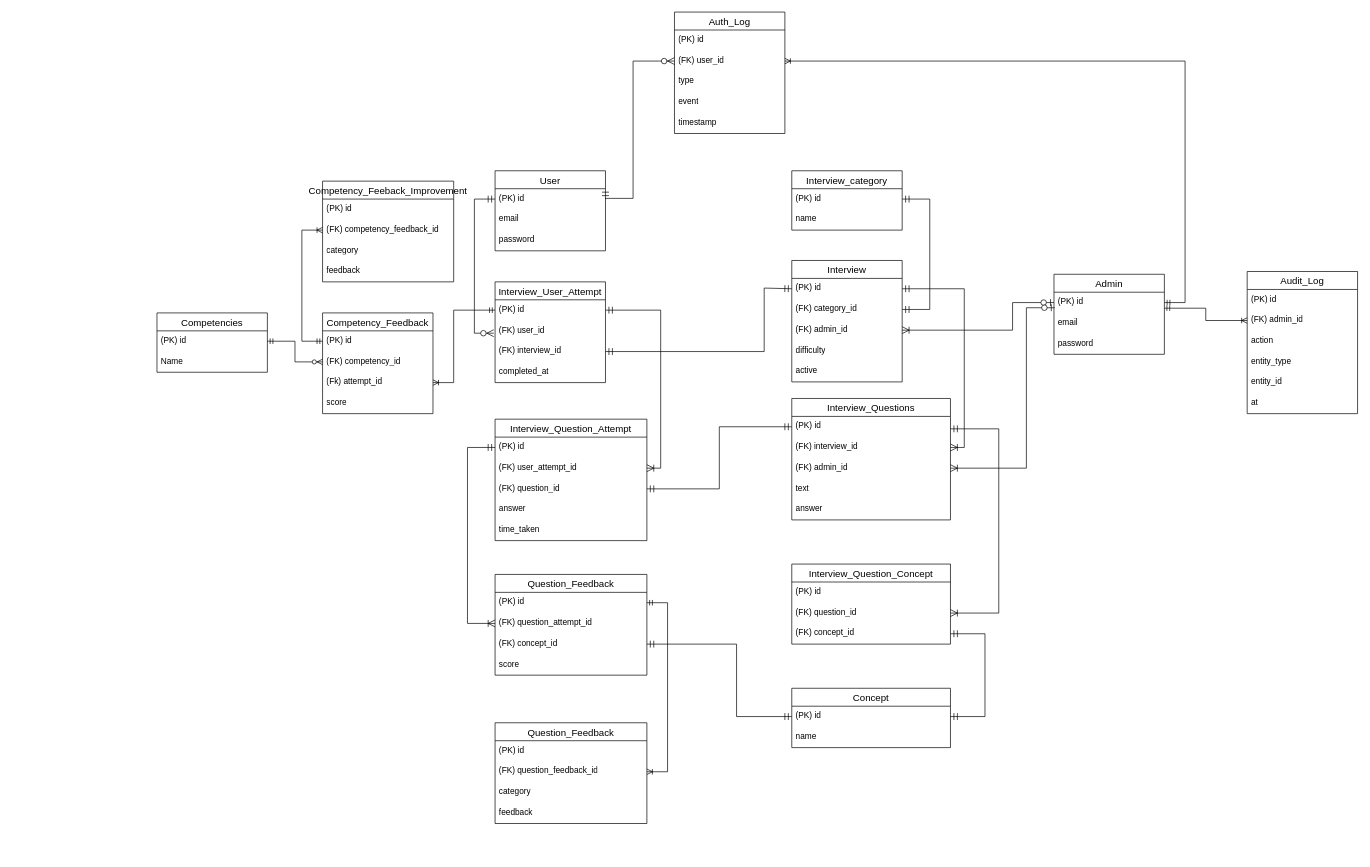
The draw.io diagram diagrams/group_erd.drawio in V-DP-DEV/Capstone, before the edit. Source tidied: cells renumbered, new cells numbered last; positions are measured from the earlier drawing's top-left corner, leaving out a move shared by most shapes. Both pictures are drawn from the tidied source at 69%, with x=0, y=0 at pixel (157, 12).
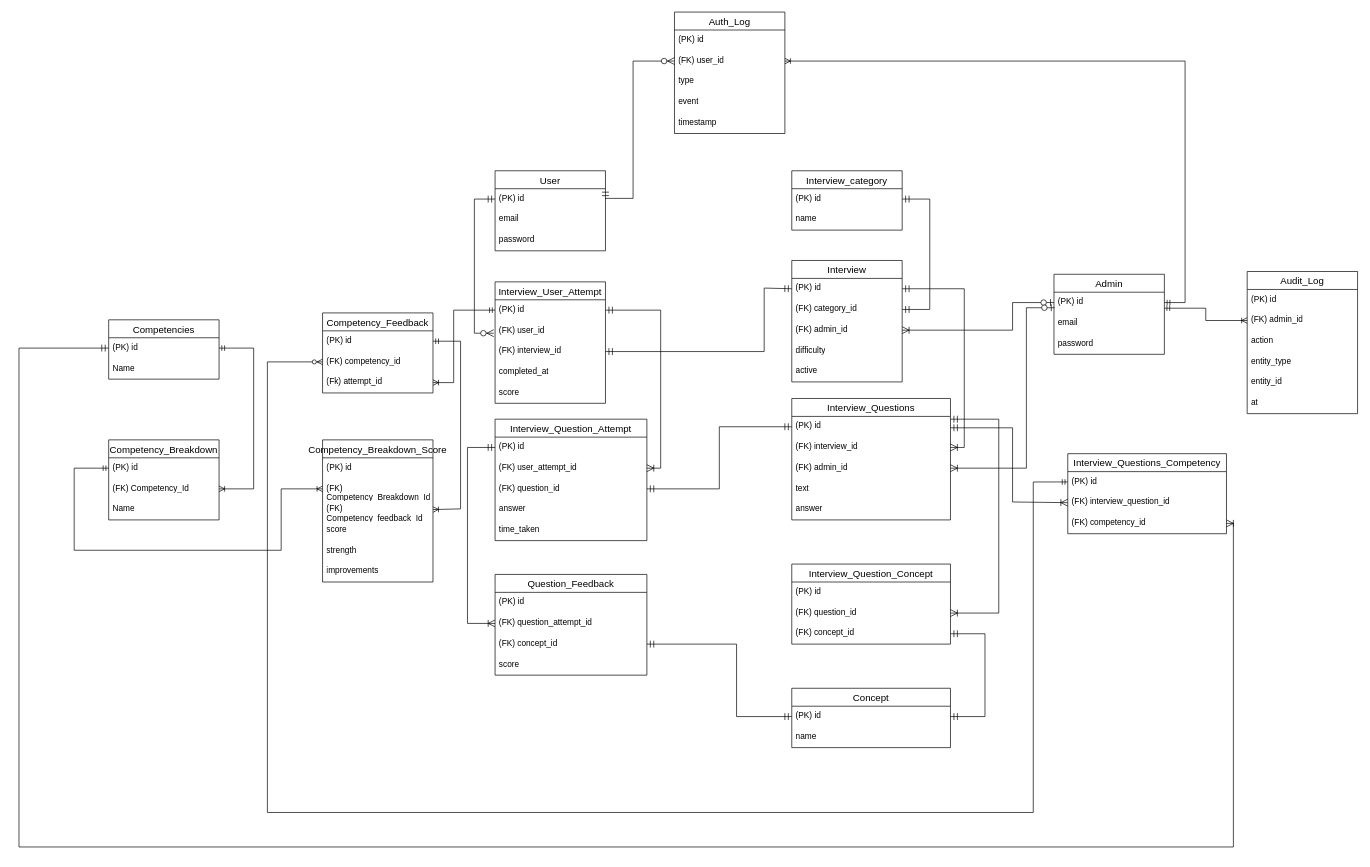
After the change.

Commit message:
Added a simple admin and auth logger Added competency breakdown and better scoring/feedback

Unchanged cells that the change refers to:
```xml
<mxCell id="11" value="Interview_Questions" style="swimlane;fontStyle=0;horizontal=1;startSize=26;align=center;fontSize=14;" parent="1" vertex="1">
  <mxGeometry x="920" y="560" width="230" height="176" as="geometry" />
</mxCell>
<mxCell id="22" value="(FK) question_id" style="text;strokeColor=none;fillColor=none;spacingLeft=4;spacingRight=4;overflow=hidden;points=[[0,0.5],[1,0.5]];portConstraint=eastwest;fontSize=12;whiteSpace=wrap;html=1;" parent="20" vertex="1">
  <mxGeometry y="56" width="230" height="30" as="geometry" />
</mxCell>
<mxCell id="36" value="(PK) id" style="text;strokeColor=none;fillColor=none;spacingLeft=4;spacingRight=4;overflow=hidden;points=[[0,0.5],[1,0.5]];portConstraint=eastwest;fontSize=12;whiteSpace=wrap;html=1;" parent="35" vertex="1">
  <mxGeometry y="26" width="220" height="30" as="geometry" />
</mxCell>
<mxCell id="64" value="(PK) id" style="text;strokeColor=none;fillColor=none;spacingLeft=4;spacingRight=4;overflow=hidden;points=[[0,0.5],[1,0.5]];portConstraint=eastwest;fontSize=12;whiteSpace=wrap;html=1;" parent="63" vertex="1">
  <mxGeometry y="26" width="160" height="30" as="geometry" />
</mxCell>
<mxCell id="65" value="(FK) competency_id" style="text;strokeColor=none;fillColor=none;spacingLeft=4;spacingRight=4;overflow=hidden;points=[[0,0.5],[1,0.5]];portConstraint=eastwest;fontSize=12;whiteSpace=wrap;html=1;" parent="63" vertex="1">
  <mxGeometry y="56" width="160" height="30" as="geometry" />
</mxCell>
```

Diff of the diagram source:
```diff
@@
     <mxCell id="24" value="Interview_User_Attempt" style="swimlane;fontStyle=0;horizontal=1;startSize=26;align=center;fontSize=14;" parent="1" vertex="1">
-      <mxGeometry x="490" y="391" width="160" height="146" as="geometry" />
+      <mxGeometry x="490" y="391" width="160" height="176" as="geometry" />
     </mxCell>
@@
+    <mxCell id="98" value="score" style="text;strokeColor=none;fillColor=none;spacingLeft=4;spacingRight=4;overflow=hidden;fontSize=12;whiteSpace=wrap;html=1;" parent="24" vertex="1">
+      <mxGeometry y="146" width="160" height="30" as="geometry" />
+    </mxCell>
@@
-    <mxCell id="55" style="edgeStyle=orthogonalEdgeStyle;fontSize=12;html=1;endArrow=ERoneToMany;startArrow=ERmandOne;rounded=0;startSize=8;endSize=8;exitX=1;exitY=0.25;exitDx=0;exitDy=0;entryX=1;entryY=0.5;entryDx=0;entryDy=0;" parent="1" edge="1" source="11" target="22">
+    <mxCell id="55" style="edgeStyle=orthogonalEdgeStyle;fontSize=12;html=1;endArrow=ERoneToMany;startArrow=ERmandOne;rounded=0;startSize=8;endSize=8;entryX=1;entryY=0.5;entryDx=0;entryDy=0;" parent="1" edge="1" target="22">
       <mxGeometry relative="1" as="geometry">
+        <mxPoint x="1150" y="590" as="sourcePoint" />
         <Array as="points">
-          <mxPoint x="1220" y="604" />
+          <mxPoint x="1150" y="590" />
+          <mxPoint x="1220" y="590" />
           <mxPoint x="1220" y="871" />
         </Array>
       </mxGeometry>
     </mxCell>
@@
-    <mxCell id="60" value="Competencies" style="swimlane;fontStyle=0;horizontal=1;startSize=26;align=center;fontSize=14;" parent="1" vertex="1">
-      <mxGeometry y="436" width="160" height="86" as="geometry" />
-    </mxCell>
-    <mxCell id="61" value="(PK) id" style="text;strokeColor=none;fillColor=none;spacingLeft=4;spacingRight=4;overflow=hidden;points=[[0,0.5],[1,0.5]];portConstraint=eastwest;fontSize=12;whiteSpace=wrap;html=1;" parent="60" vertex="1">
-      <mxGeometry y="26" width="160" height="30" as="geometry" />
-    </mxCell>
-    <mxCell id="62" value="Name" style="text;strokeColor=none;fillColor=none;spacingLeft=4;spacingRight=4;overflow=hidden;fontSize=12;whiteSpace=wrap;html=1;" parent="60" vertex="1">
-      <mxGeometry y="56" width="160" height="30" as="geometry" />
-    </mxCell>
     <mxCell id="63" value="Competency_Feedback" style="swimlane;fontStyle=0;horizontal=1;startSize=26;align=center;fontSize=14;" parent="1" vertex="1">
-      <mxGeometry x="240" y="436" width="160" height="146" as="geometry" />
+      <mxGeometry x="240" y="436" width="160" height="116" as="geometry" />
     </mxCell>
@@
-    <mxCell id="67" value="score" style="text;strokeColor=none;fillColor=none;spacingLeft=4;spacingRight=4;overflow=hidden;fontSize=12;whiteSpace=wrap;html=1;" parent="63" vertex="1">
-      <mxGeometry y="116" width="160" height="30" as="geometry" />
-    </mxCell>
-    <mxCell id="68" style="edgeStyle=elbowEdgeStyle;fontSize=12;html=1;endArrow=ERzeroToMany;startArrow=ERmandOne;rounded=0;exitX=1;exitY=0.5;exitDx=0;exitDy=0;entryX=0;entryY=0.5;entryDx=0;entryDy=0;" parent="1" edge="1" source="61" target="65">
-      <mxGeometry relative="1" as="geometry" />
+    <mxCell id="68" style="edgeStyle=orthogonalEdgeStyle;fontSize=12;html=1;endArrow=ERzeroToMany;startArrow=ERmandOne;rounded=0;exitX=0;exitY=0.5;exitDx=0;exitDy=0;entryX=0;entryY=0.5;entryDx=0;entryDy=0;elbow=vertical;" parent="1" edge="1" source="114" target="65">
+      <mxGeometry relative="1" as="geometry">
+        <Array as="points">
+          <mxPoint x="1270" y="681" />
+          <mxPoint x="1270" y="1160" />
+          <mxPoint x="160" y="1160" />
+          <mxPoint x="160" y="507" />
+        </Array>
+      </mxGeometry>
     </mxCell>
@@
-    <mxCell id="70" value="Competency_Feeback_Improvement" style="swimlane;fontStyle=0;horizontal=1;startSize=26;align=center;fontSize=14;" parent="1" vertex="1">
-      <mxGeometry x="240" y="245" width="190" height="146" as="geometry" />
-    </mxCell>
-    <mxCell id="71" value="(PK) id" style="text;strokeColor=none;fillColor=none;spacingLeft=4;spacingRight=4;overflow=hidden;fontSize=12;whiteSpace=wrap;html=1;" parent="70" vertex="1">
-      <mxGeometry y="26" width="190" height="30" as="geometry" />
-    </mxCell>
-    <mxCell id="72" value="(FK) competency_feedback_id" style="text;strokeColor=none;fillColor=none;spacingLeft=4;spacingRight=4;overflow=hidden;points=[[0,0.5],[1,0.5]];portConstraint=eastwest;fontSize=12;whiteSpace=wrap;html=1;" parent="70" vertex="1">
-      <mxGeometry y="56" width="190" height="30" as="geometry" />
-    </mxCell>
-    <mxCell id="73" value="category" style="text;strokeColor=none;fillColor=none;spacingLeft=4;spacingRight=4;overflow=hidden;fontSize=12;whiteSpace=wrap;html=1;" parent="70" vertex="1">
-      <mxGeometry y="86" width="190" height="30" as="geometry" />
-    </mxCell>
-    <mxCell id="74" value="feedback" style="text;strokeColor=none;fillColor=none;spacingLeft=4;spacingRight=4;overflow=hidden;fontSize=12;whiteSpace=wrap;html=1;" parent="70" vertex="1">
-      <mxGeometry y="116" width="190" height="30" as="geometry" />
-    </mxCell>
-    <mxCell id="75" style="edgeStyle=orthogonalEdgeStyle;fontSize=12;html=1;endArrow=ERoneToMany;startArrow=ERmandOne;rounded=0;exitX=0;exitY=0.5;exitDx=0;exitDy=0;entryX=0;entryY=0.5;entryDx=0;entryDy=0;endFill=0;" parent="1" edge="1" source="64" target="72">
-      <mxGeometry relative="1" as="geometry">
-        <Array as="points">
-          <mxPoint x="210" y="477" />
-          <mxPoint x="210" y="316" />
-        </Array>
-      </mxGeometry>
-    </mxCell>
-    <mxCell id="76" value="Question_Feedback" style="swimlane;fontStyle=0;horizontal=1;startSize=26;align=center;fontSize=14;" parent="1" vertex="1">
-      <mxGeometry x="490" y="1030" width="220" height="146" as="geometry" />
-    </mxCell>
-    <mxCell id="77" value="(PK) id" style="text;strokeColor=none;fillColor=none;spacingLeft=4;spacingRight=4;overflow=hidden;fontSize=12;whiteSpace=wrap;html=1;" parent="76" vertex="1">
-      <mxGeometry y="26" width="220" height="30" as="geometry" />
-    </mxCell>
-    <mxCell id="78" value="(FK) question_feedback_id" style="text;strokeColor=none;fillColor=none;spacingLeft=4;spacingRight=4;overflow=hidden;points=[[0,0.5],[1,0.5]];portConstraint=eastwest;fontSize=12;whiteSpace=wrap;html=1;" parent="76" vertex="1">
-      <mxGeometry y="56" width="220" height="30" as="geometry" />
-    </mxCell>
-    <mxCell id="79" value="category" style="text;strokeColor=none;fillColor=none;spacingLeft=4;spacingRight=4;overflow=hidden;fontSize=12;whiteSpace=wrap;html=1;" parent="76" vertex="1">
-      <mxGeometry y="86" width="220" height="30" as="geometry" />
-    </mxCell>
-    <mxCell id="80" value="feedback" style="text;strokeColor=none;fillColor=none;spacingLeft=4;spacingRight=4;overflow=hidden;fontSize=12;whiteSpace=wrap;html=1;" parent="76" vertex="1">
-      <mxGeometry y="116" width="220" height="30" as="geometry" />
-    </mxCell>
-    <mxCell id="81" style="edgeStyle=entityRelationEdgeStyle;fontSize=12;html=1;endArrow=ERoneToMany;startArrow=ERmandOne;rounded=0;exitX=1;exitY=0.5;exitDx=0;exitDy=0;entryX=1;entryY=0.5;entryDx=0;entryDy=0;" parent="1" edge="1" source="36" target="78">
-      <mxGeometry relative="1" as="geometry" />
-    </mxCell>
@@
+    <mxCell id="99" value="Competency_Breakdown_Score" style="swimlane;fontStyle=0;horizontal=1;startSize=26;align=center;fontSize=14;" parent="1" vertex="1">
+      <mxGeometry x="240" y="620" width="160" height="206" as="geometry" />
+    </mxCell>
+    <mxCell id="100" value="(PK) id" style="text;strokeColor=none;fillColor=none;spacingLeft=4;spacingRight=4;overflow=hidden;fontSize=12;whiteSpace=wrap;html=1;" parent="99" vertex="1">
+      <mxGeometry y="26" width="160" height="30" as="geometry" />
+    </mxCell>
+    <mxCell id="101" value="(FK) Competency_Breakdown_Id" style="text;strokeColor=none;fillColor=none;spacingLeft=4;spacingRight=4;overflow=hidden;points=[[0,0.5],[1,0.5]];portConstraint=eastwest;fontSize=12;whiteSpace=wrap;html=1;" parent="99" vertex="1">
+      <mxGeometry y="56" width="160" height="30" as="geometry" />
+    </mxCell>
+    <mxCell id="102" value="(FK) Competency_feedback_Id" style="text;strokeColor=none;fillColor=none;spacingLeft=4;spacingRight=4;overflow=hidden;points=[[0,0.5],[1,0.5]];portConstraint=eastwest;fontSize=12;whiteSpace=wrap;html=1;" parent="99" vertex="1">
+      <mxGeometry y="86" width="160" height="30" as="geometry" />
+    </mxCell>
+    <mxCell id="67" value="score" style="text;strokeColor=none;fillColor=none;spacingLeft=4;spacingRight=4;overflow=hidden;fontSize=12;whiteSpace=wrap;html=1;" parent="99" vertex="1">
+      <mxGeometry y="116" width="160" height="30" as="geometry" />
+    </mxCell>
+    <mxCell id="103" value="strength" style="text;strokeColor=none;fillColor=none;spacingLeft=4;spacingRight=4;overflow=hidden;fontSize=12;whiteSpace=wrap;html=1;" parent="99" vertex="1">
+      <mxGeometry y="146" width="160" height="30" as="geometry" />
+    </mxCell>
+    <mxCell id="104" value="improvements" style="text;strokeColor=none;fillColor=none;spacingLeft=4;spacingRight=4;overflow=hidden;fontSize=12;whiteSpace=wrap;html=1;" parent="99" vertex="1">
+      <mxGeometry y="176" width="160" height="30" as="geometry" />
+    </mxCell>
+    <mxCell id="105" style="fontSize=12;html=1;endArrow=ERoneToMany;startArrow=ERmandOne;exitX=0;exitY=0.5;exitDx=0;exitDy=0;entryX=0;entryY=0.5;entryDx=0;entryDy=0;rounded=0;edgeStyle=orthogonalEdgeStyle;" parent="1" edge="1" source="109" target="101">
+      <mxGeometry relative="1" as="geometry">
+        <Array as="points">
+          <mxPoint x="-120" y="661" />
+          <mxPoint x="-120" y="780" />
+          <mxPoint x="180" y="780" />
+          <mxPoint x="180" y="691" />
+        </Array>
+      </mxGeometry>
+    </mxCell>
+    <mxCell id="106" style="edgeStyle=orthogonalEdgeStyle;fontSize=12;html=1;endArrow=ERoneToMany;startArrow=ERmandOne;exitX=1;exitY=0.5;exitDx=0;exitDy=0;entryX=1;entryY=0.5;entryDx=0;entryDy=0;rounded=0;curved=0;" parent="1" edge="1" source="64" target="102">
+      <mxGeometry relative="1" as="geometry">
+        <Array as="points">
+          <mxPoint x="440" y="477" />
+          <mxPoint x="440" y="720" />
+          <mxPoint x="400" y="720" />
+        </Array>
+      </mxGeometry>
+    </mxCell>
+    <mxCell id="60" value="Competencies" style="swimlane;fontStyle=0;horizontal=1;startSize=26;align=center;fontSize=14;" parent="1" vertex="1">
+      <mxGeometry x="-70" y="446" width="160" height="86" as="geometry" />
+    </mxCell>
+    <mxCell id="107" value="(PK) id" style="text;strokeColor=none;fillColor=none;spacingLeft=4;spacingRight=4;overflow=hidden;points=[[0,0.5],[1,0.5]];portConstraint=eastwest;fontSize=12;whiteSpace=wrap;html=1;" parent="60" vertex="1">
+      <mxGeometry y="26" width="160" height="30" as="geometry" />
+    </mxCell>
+    <mxCell id="62" value="Name" style="text;strokeColor=none;fillColor=none;spacingLeft=4;spacingRight=4;overflow=hidden;fontSize=12;whiteSpace=wrap;html=1;" parent="60" vertex="1">
+      <mxGeometry y="56" width="160" height="30" as="geometry" />
+    </mxCell>
+    <mxCell id="108" value="Competency_Breakdown" style="swimlane;fontStyle=0;horizontal=1;startSize=26;align=center;fontSize=14;" parent="1" vertex="1">
+      <mxGeometry x="-70" y="620" width="160" height="116" as="geometry" />
+    </mxCell>
+    <mxCell id="109" value="(PK) id" style="text;strokeColor=none;fillColor=none;spacingLeft=4;spacingRight=4;overflow=hidden;points=[[0,0.5],[1,0.5]];portConstraint=eastwest;fontSize=12;whiteSpace=wrap;html=1;" parent="108" vertex="1">
+      <mxGeometry y="26" width="160" height="30" as="geometry" />
+    </mxCell>
+    <mxCell id="110" value="(FK) Competency_Id" style="text;strokeColor=none;fillColor=none;spacingLeft=4;spacingRight=4;overflow=hidden;points=[[0,0.5],[1,0.5]];portConstraint=eastwest;fontSize=12;whiteSpace=wrap;html=1;" parent="108" vertex="1">
+      <mxGeometry y="56" width="160" height="30" as="geometry" />
+    </mxCell>
+    <mxCell id="111" value="Name" style="text;strokeColor=none;fillColor=none;spacingLeft=4;spacingRight=4;overflow=hidden;fontSize=12;whiteSpace=wrap;html=1;" parent="108" vertex="1">
+      <mxGeometry y="86" width="160" height="30" as="geometry" />
+    </mxCell>
+    <mxCell id="112" style="edgeStyle=orthogonalEdgeStyle;fontSize=12;html=1;endArrow=ERoneToMany;startArrow=ERmandOne;exitX=1;exitY=0.5;exitDx=0;exitDy=0;entryX=1;entryY=0.5;entryDx=0;entryDy=0;strokeColor=default;rounded=0;curved=0;" parent="1" edge="1" source="107" target="110">
+      <mxGeometry relative="1" as="geometry">
+        <Array as="points">
+          <mxPoint x="140.1" y="487" />
+          <mxPoint x="140.1" y="691" />
+        </Array>
+      </mxGeometry>
+    </mxCell>
+    <mxCell id="113" value="Interview_Questions_Competency" style="swimlane;fontStyle=0;horizontal=1;startSize=26;align=center;fontSize=14;" parent="1" vertex="1">
+      <mxGeometry x="1320" y="640" width="230" height="116" as="geometry" />
+    </mxCell>
+    <mxCell id="114" value="(PK) id" style="text;strokeColor=none;fillColor=none;spacingLeft=4;spacingRight=4;overflow=hidden;points=[[0,0.5],[1,0.5]];portConstraint=eastwest;fontSize=12;whiteSpace=wrap;html=1;" parent="113" vertex="1">
+      <mxGeometry y="26" width="230" height="30" as="geometry" />
+    </mxCell>
+    <mxCell id="115" value="(FK) interview_question_id" style="text;strokeColor=none;fillColor=none;spacingLeft=4;spacingRight=4;overflow=hidden;points=[[0,0.5],[1,0.5]];portConstraint=eastwest;fontSize=12;whiteSpace=wrap;html=1;" parent="113" vertex="1">
+      <mxGeometry y="56" width="230" height="30" as="geometry" />
+    </mxCell>
+    <mxCell id="116" value="(FK) competency_id" style="text;strokeColor=none;fillColor=none;spacingLeft=4;spacingRight=4;overflow=hidden;points=[[0,0.5],[1,0.5]];portConstraint=eastwest;fontSize=12;whiteSpace=wrap;html=1;" parent="113" vertex="1">
+      <mxGeometry y="86" width="230" height="30" as="geometry" />
+    </mxCell>
+    <mxCell id="117" style="edgeStyle=orthogonalEdgeStyle;fontSize=12;html=1;endArrow=ERoneToMany;startArrow=ERmandOne;rounded=0;startSize=8;endSize=8;entryX=0;entryY=0.5;entryDx=0;entryDy=0;" parent="1" edge="1" target="115">
+      <mxGeometry relative="1" as="geometry">
+        <mxPoint x="1150" y="602.5" as="sourcePoint" />
+        <Array as="points">
+          <mxPoint x="1240" y="603" />
+          <mxPoint x="1240" y="710" />
+          <mxPoint x="1320" y="710" />
+        </Array>
+      </mxGeometry>
+    </mxCell>
+    <mxCell id="118" style="fontSize=12;html=1;endArrow=ERmandOne;startArrow=ERoneToMany;rounded=0;startSize=8;endSize=8;entryX=0;entryY=0.5;entryDx=0;entryDy=0;exitX=1;exitY=0.5;exitDx=0;exitDy=0;startFill=0;endFill=0;edgeStyle=orthogonalEdgeStyle;" parent="1" edge="1" source="116" target="107">
+      <mxGeometry relative="1" as="geometry">
+        <Array as="points">
+          <mxPoint x="1560" y="741" />
+          <mxPoint x="1560" y="1210" />
+          <mxPoint x="-200" y="1210" />
+          <mxPoint x="-200" y="487" />
+        </Array>
+      </mxGeometry>
+    </mxCell>
```
